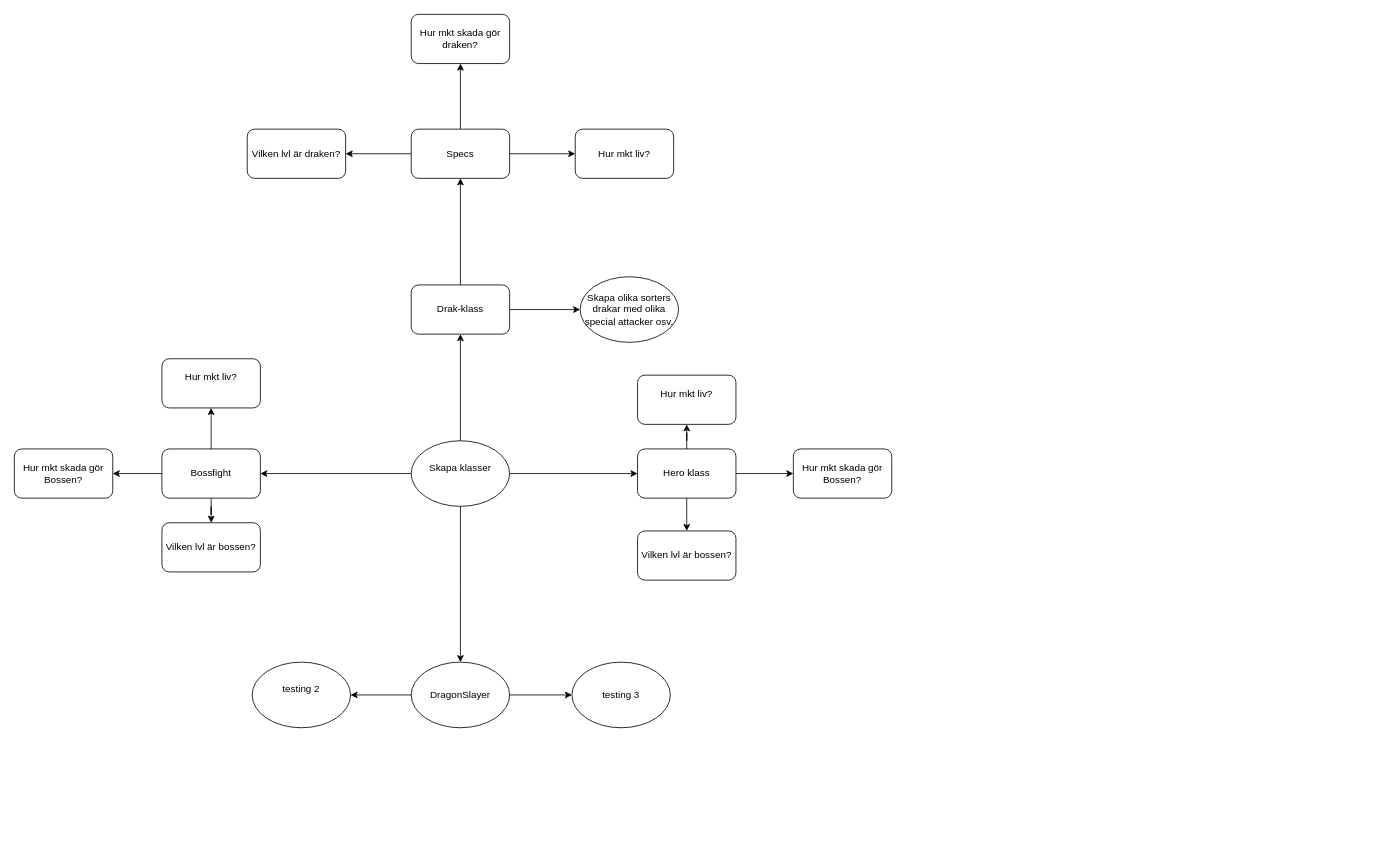
This is Testing.drawio from Proxez/DragonslayerUppgiftLudvig, a draw.io file, before an edit. Source tidied: cells renumbered, new cells numbered last; positions are measured from the earlier drawing's top-left corner, leaving out a move shared by most shapes. Both pictures are drawn from the tidied source at 82%, with x=0, y=0 at pixel (14, 14).
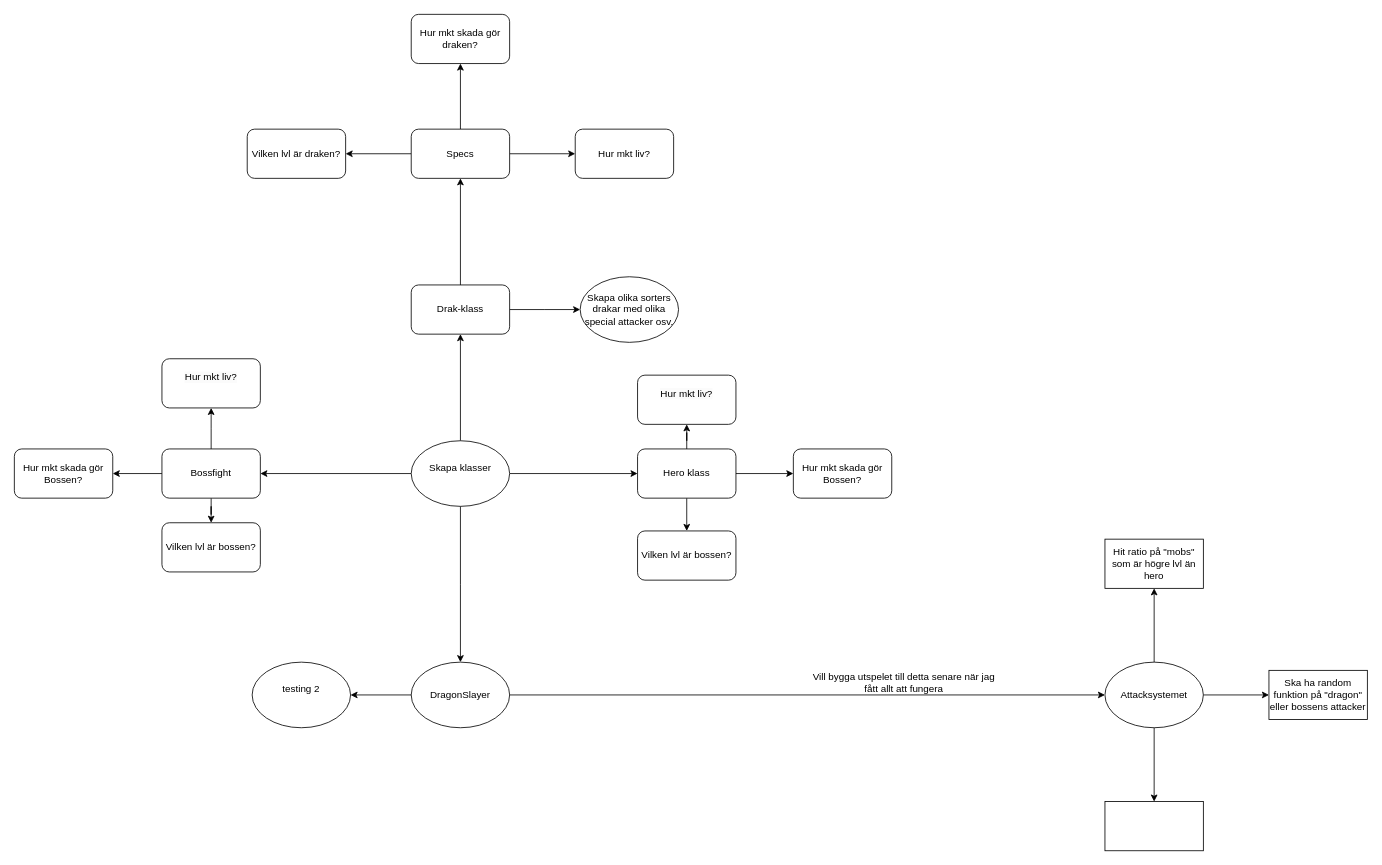
The same diagram, later.

Diff of the diagram source:
```diff
@@
+    <mxCell id="37" style="edgeStyle=orthogonalEdgeStyle;rounded=0;jettySize=auto;html=1;" parent="1" edge="1" source="11" target="40">
+      <mxGeometry relative="1" as="geometry" />
+    </mxCell>
+    <mxCell id="38" style="edgeStyle=orthogonalEdgeStyle;rounded=0;jettySize=auto;html=1;" parent="1" edge="1" source="11" target="41">
+      <mxGeometry relative="1" as="geometry" />
+    </mxCell>
+    <mxCell id="39" style="edgeStyle=orthogonalEdgeStyle;rounded=0;jettySize=auto;html=1;" parent="1" edge="1" source="11" target="42">
+      <mxGeometry relative="1" as="geometry" />
+    </mxCell>
-    <mxCell id="11" value="testing 3" style="ellipse;whiteSpace=wrap;html=1;" parent="1" vertex="1">
-      <mxGeometry x="680" y="790" width="120" height="80" as="geometry" />
+    <mxCell id="11" value="Attacksystemet" style="ellipse;whiteSpace=wrap;html=1;" parent="1" vertex="1">
+      <mxGeometry x="1330" y="790" width="120" height="80" as="geometry" />
     </mxCell>
@@
+    <mxCell id="40" value="Hit ratio på &quot;mobs&quot; som är högre lvl än hero" style="whiteSpace=wrap;html=1;" parent="1" vertex="1">
+      <mxGeometry x="1330" y="640" width="120" height="60" as="geometry" />
+    </mxCell>
+    <mxCell id="41" value="Ska ha random funktion på &quot;dragon&quot; eller bossens attacker" style="whiteSpace=wrap;html=1;" parent="1" vertex="1">
+      <mxGeometry x="1530" y="800" width="120" height="60" as="geometry" />
+    </mxCell>
+    <mxCell id="42" style="whiteSpace=wrap;html=1;" parent="1" vertex="1">
+      <mxGeometry x="1330" y="960" width="120" height="60" as="geometry" />
+    </mxCell>
+    <mxCell id="43" value="Vill bygga utspelet till detta senare när jag fått allt att fungera" style="text;html=1;align=center;verticalAlign=middle;whiteSpace=wrap;rounded=0;" parent="1" vertex="1">
+      <mxGeometry x="970" y="800" width="230" height="30" as="geometry" />
+    </mxCell>
```
